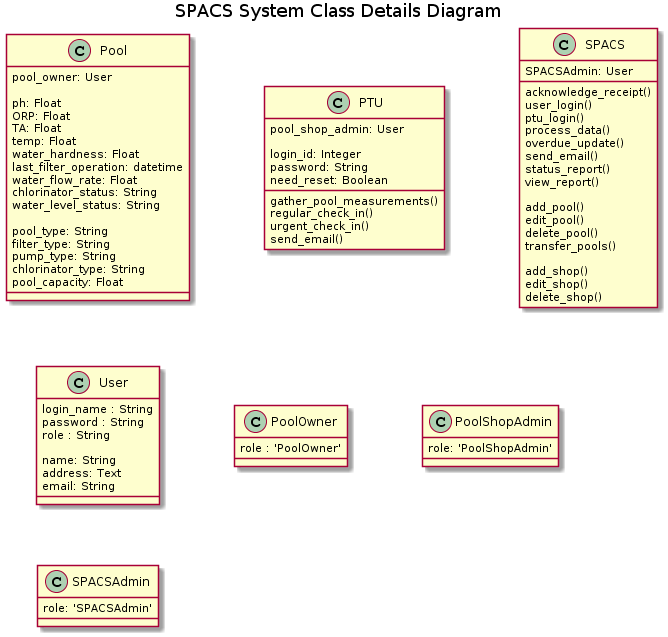
Before: report/diagrams/class_details.png, a diagram exported from PlantUML (iJebus/CITS4401-SPACS). Source of this version:
```plantuml
@startuml

skinparam classAttributeIconSize 0
skinparam nodesep 75
title SPACS System Class Details Diagram

Class Pool {
    pool_owner: User

    ph: Float
    ORP: Float
    TA: Float
    temp: Float
    water_hardness: Float
    last_filter_operation: datetime
    water_flow_rate: Float
    chlorinator_status: String
    water_level_status: String

    pool_type: String
    filter_type: String
    pump_type: String
    chlorinator_type: String
    pool_capacity: Float
}

class PTU {
    pool_shop_admin: User

    login_id: Integer
    password: String
    need_reset: Boolean

    gather_pool_measurements()
    regular_check_in()
    urgent_check_in()
    send_email()
}

class SPACS {
    SPACSAdmin: User

    acknowledge_receipt()
    user_login()
    ptu_login()
    process_data()
    overdue_update()
    send_email()
    status_report()
    view_report()

    add_pool()
    edit_pool()
    delete_pool()
    transfer_pools()

    add_shop()
    edit_shop()
    delete_shop()
}

class User {
    login_name : String
    password : String
    role : String

    name: String
    address: Text
    email: String
}


class PoolOwner {
    role : 'PoolOwner'
}

class PoolShopAdmin {
    role: 'PoolShopAdmin'
}

class SPACSAdmin{
    role: 'SPACSAdmin'
}
@enduml
```
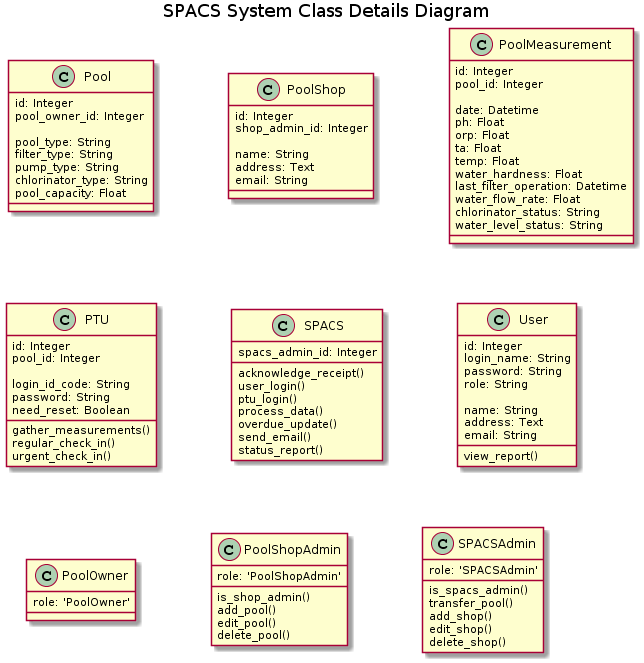
The same diagram one commit later.

The edit, as a diff of the source:
```diff
@@ -5,17 +5,8 @@
 title SPACS System Class Details Diagram
 
 Class Pool {
-    pool_owner: User
-
-    ph: Float
-    ORP: Float
-    TA: Float
-    temp: Float
-    water_hardness: Float
-    last_filter_operation: datetime
-    water_flow_rate: Float
-    chlorinator_status: String
-    water_level_status: String
+    id: Integer
+    pool_owner_id: Integer
 
     pool_type: String
     filter_type: String
@@ -24,21 +15,46 @@
     pool_capacity: Float
 }
 
+Class PoolShop {
+    id: Integer
+    shop_admin_id: Integer
+
+    name: String
+    address: Text
+    email: String
+}
+
+Class PoolMeasurement {
+    id: Integer
+    pool_id: Integer
+
+    date: Datetime
+    ph: Float
+    orp: Float
+    ta: Float
+    temp: Float
+    water_hardness: Float
+    last_filter_operation: Datetime
+    water_flow_rate: Float
+    chlorinator_status: String
+    water_level_status: String
+}
+
 class PTU {
-    pool_shop_admin: User
+    id: Integer
+    pool_id: Integer
 
-    login_id: Integer
+    login_id_code: String
     password: String
     need_reset: Boolean
 
-    gather_pool_measurements()
+    gather_measurements()
     regular_check_in()
     urgent_check_in()
-    send_email()
 }
 
 class SPACS {
-    SPACSAdmin: User
+    spacs_admin_id: Integer
 
     acknowledge_receipt()
     user_login()
@@ -47,38 +63,40 @@
     overdue_update()
     send_email()
     status_report()
+}
+
+class User {
+    id: Integer
+    login_name: String
+    password: String
+    role: String
+
+    name: String
+    address: Text
+    email: String
+
     view_report()
+}
 
+
+class PoolOwner {
+    role: 'PoolOwner'
+}
+
+class PoolShopAdmin {
+    role: 'PoolShopAdmin'
+    is_shop_admin()
     add_pool()
     edit_pool()
     delete_pool()
-    transfer_pools()
+}
 
+class SPACSAdmin{
+    role: 'SPACSAdmin'
+    is_spacs_admin()
+    transfer_pool()
     add_shop()
     edit_shop()
     delete_shop()
 }
-
-class User {
-    login_name : String
-    password : String
-    role : String
-
-    name: String
-    address: Text
-    email: String
-}
-
-
-class PoolOwner {
-    role : 'PoolOwner'
-}
-
-class PoolShopAdmin {
-    role: 'PoolShopAdmin'
-}
-
-class SPACSAdmin{
-    role: 'SPACSAdmin'
-}
 @enduml
```
